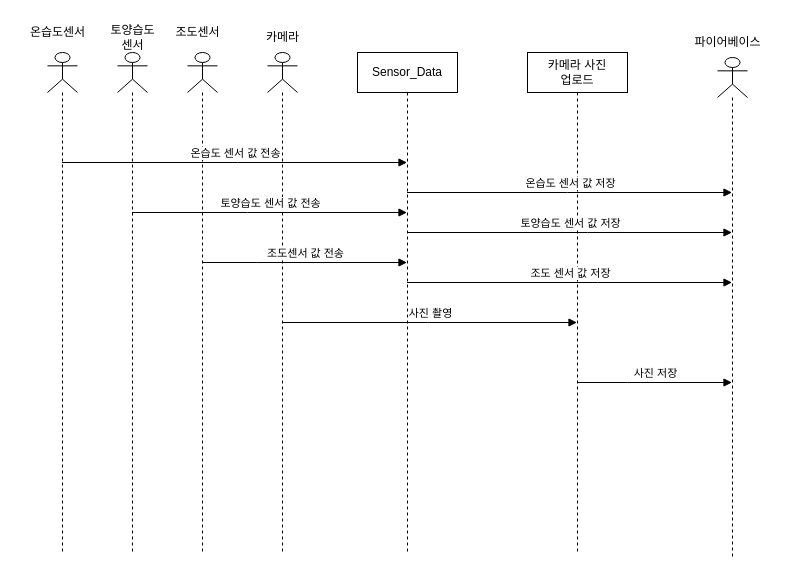
sonmyungwon/Software-Development keeps this draw.io diagram as 5주차/시퀀스 다이어그램/diary_maker_sqd.drawio. Above is the earlier version. Source tidied: cells renumbered, new cells numbered last; positions are measured from the earlier drawing's top-left corner, leaving out a move shared by most shapes. Both pictures are drawn from the tidied source at 100%, with x=0, y=0 at pixel (17, 17).
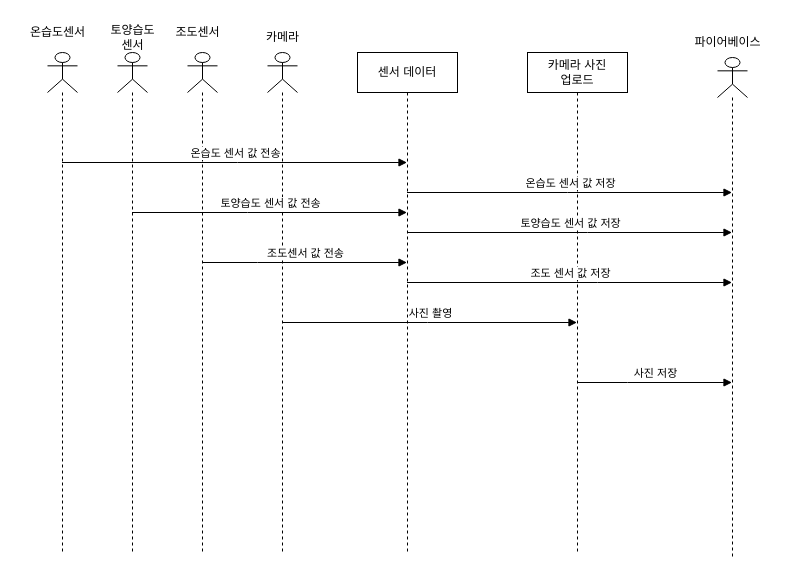
Above is the later version.

The edit, as a diff of the source:
```diff
@@
-    <mxCell id="10" value="Sensor_Data" style="shape=umlLifeline;perimeter=lifelinePerimeter;whiteSpace=wrap;html=1;outlineConnect=0;" parent="1" vertex="1">
+    <mxCell id="10" value="센서 데이터" style="shape=umlLifeline;perimeter=lifelinePerimeter;whiteSpace=wrap;html=1;outlineConnect=0;" parent="1" vertex="1">
       <mxGeometry x="340" y="35" width="100" height="500" as="geometry" />
     </mxCell>
```
